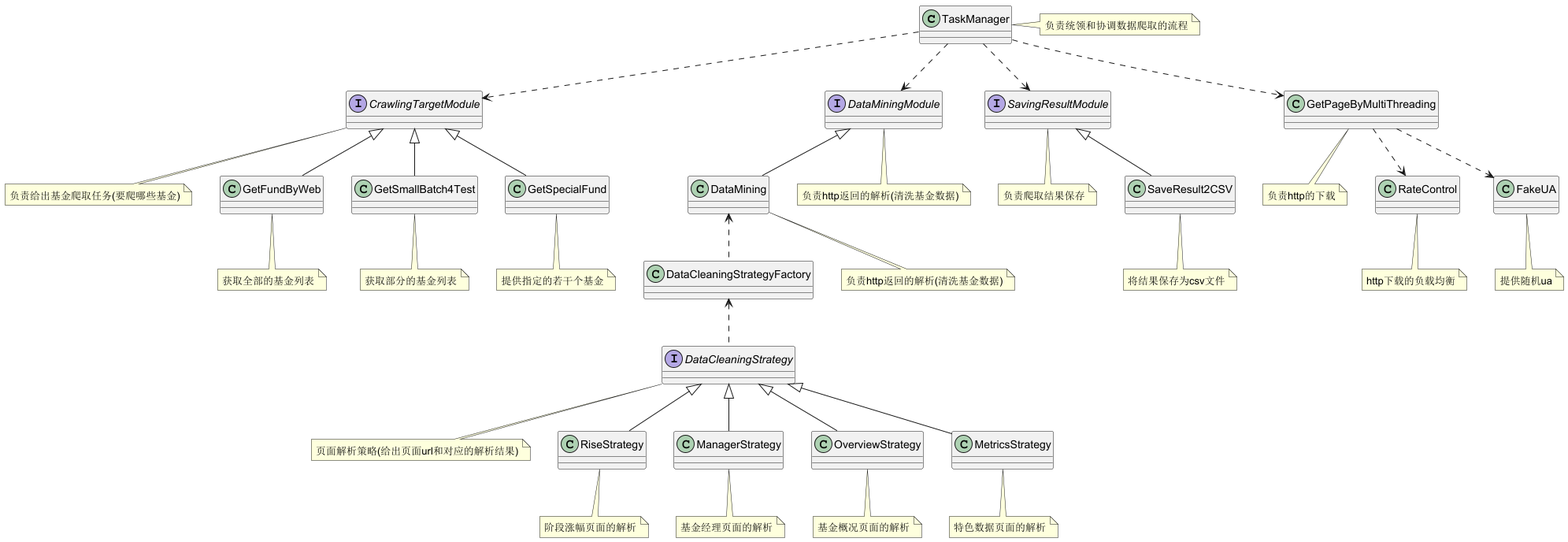
Before: docs/img/overview.png, a diagram exported from PlantUML (Jerry1014/FundCrawler). Source of this version:
```plantuml
@startuml

class TaskManager
note right: 负责统领和协调数据爬取的流程
interface CrawlingTargetModule
note bottom: 负责给出基金爬取任务(要爬哪些基金)
interface DataMiningModule
note bottom: 负责http返回的解析(清洗基金数据)
interface SavingResultModule
note bottom: 负责爬取结果保存
class GetPageByMultiThreading
note bottom: 负责http的下载

TaskManager .down.> CrawlingTargetModule
TaskManager .down.> DataMiningModule
TaskManager .down.> SavingResultModule
TaskManager .down.> GetPageByMultiThreading

class RateControl
note bottom: http下载的负载均衡
class FakeUA
note bottom: 提供随机ua

GetPageByMultiThreading .down.> RateControl
GetPageByMultiThreading .down.> FakeUA

class GetFundByWeb
note bottom: 获取全部的基金列表
class GetSmallBatch4Test
note bottom: 获取部分的基金列表
class GetSpecialFund
note bottom: 提供指定的若干个基金
CrawlingTargetModule ^-down- GetFundByWeb
CrawlingTargetModule ^-down- GetSmallBatch4Test
CrawlingTargetModule ^-down- GetSpecialFund

class DataMining
note bottom: 负责http返回的解析(清洗基金数据)
DataMiningModule ^-down- DataMining
class DataCleaningStrategyFactory
DataCleaningStrategyFactory .up.> DataMining
DataCleaningStrategy .up.> DataCleaningStrategyFactory
interface DataCleaningStrategy
note bottom: 页面解析策略(给出页面url和对应的解析结果)
class RiseStrategy
note bottom: 阶段涨幅页面的解析
class ManagerStrategy
note bottom: 基金经理页面的解析
class OverviewStrategy
note bottom: 基金概况页面的解析
class MetricsStrategy
note bottom: 特色数据页面的解析
DataCleaningStrategy ^-down- RiseStrategy
DataCleaningStrategy ^-down- ManagerStrategy
DataCleaningStrategy ^-down- OverviewStrategy
DataCleaningStrategy ^-down- MetricsStrategy

class SaveResult2CSV
note bottom: 将结果保存为csv文件
SavingResultModule ^-down- SaveResult2CSV


@enduml
```
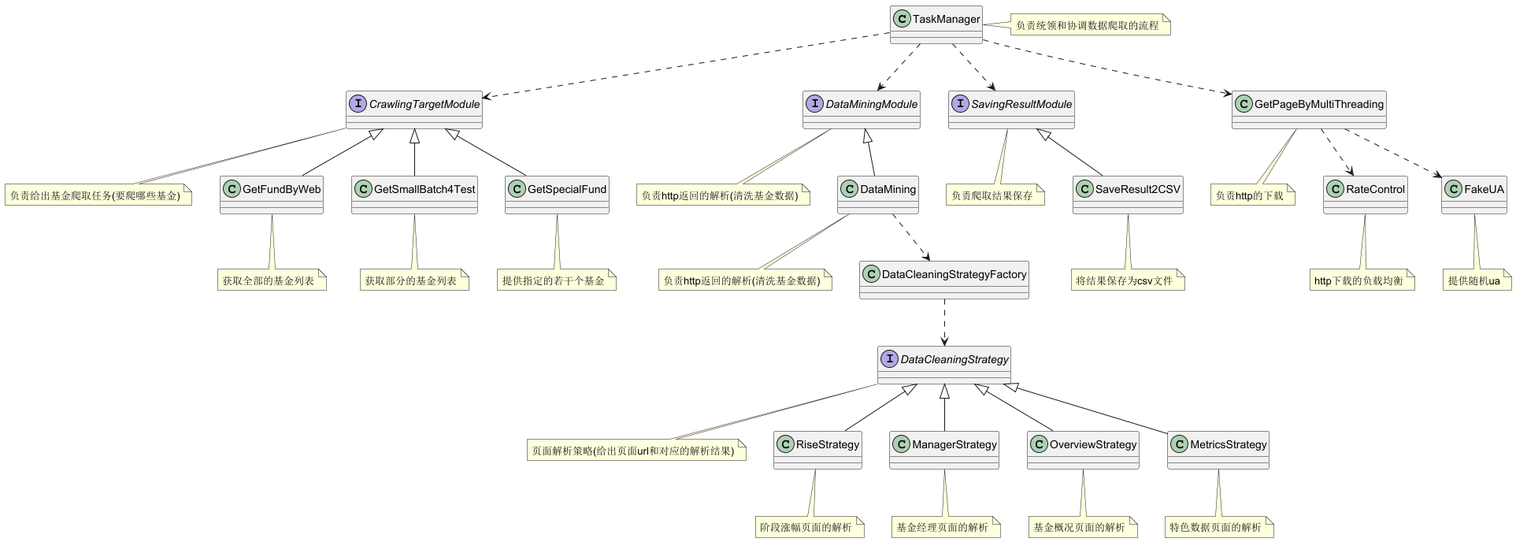
Later version of the same file.

Diff of the diagram source:
```diff
@@ -38,8 +38,8 @@
 note bottom: 负责http返回的解析(清洗基金数据)
 DataMiningModule ^-down- DataMining
 class DataCleaningStrategyFactory
-DataCleaningStrategyFactory .up.> DataMining
-DataCleaningStrategy .up.> DataCleaningStrategyFactory
+DataMining .down.> DataCleaningStrategyFactory
+DataCleaningStrategyFactory .down.> DataCleaningStrategy
 interface DataCleaningStrategy
 note bottom: 页面解析策略(给出页面url和对应的解析结果)
 class RiseStrategy
```
